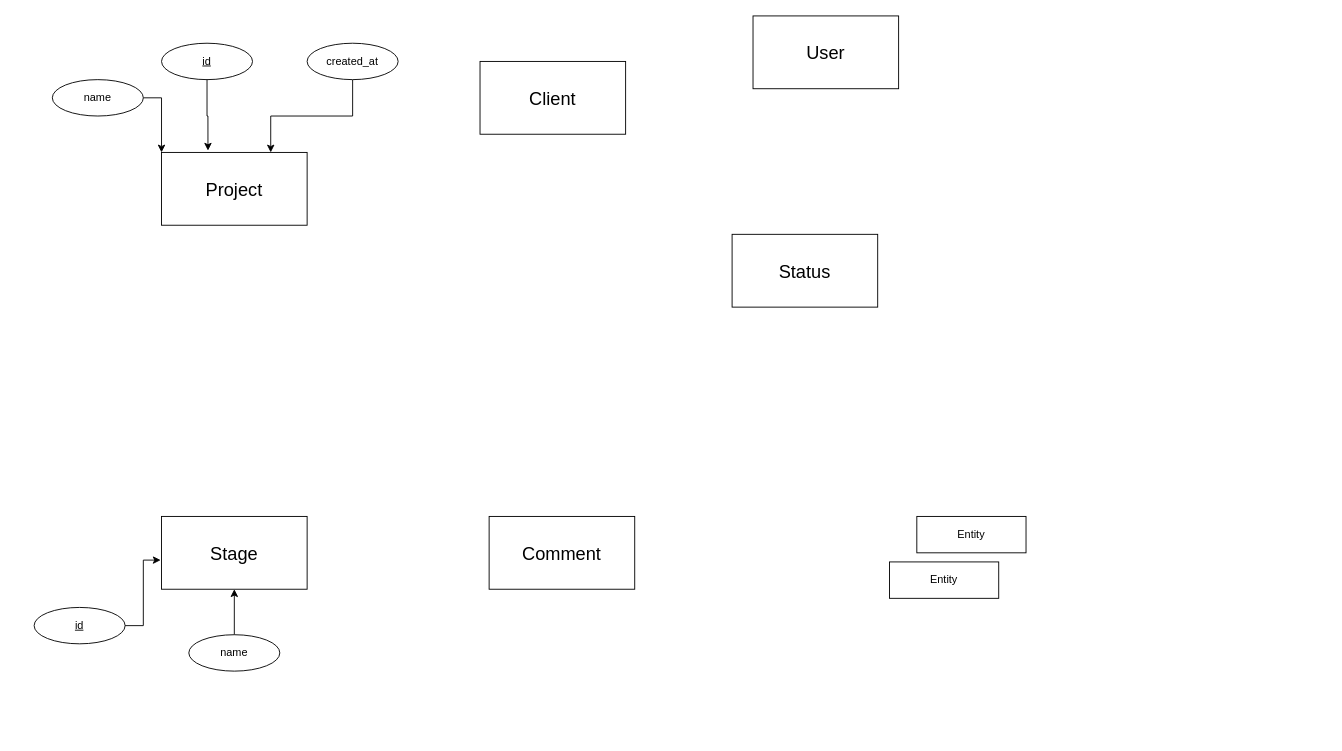
This is Diagrams/AlJarrash_ERD.drawio from hameed-m/Al-Jarrash, a draw.io file, before an edit. Source tidied: cells renumbered, new cells numbered last; positions are measured from the earlier drawing's top-left corner, leaving out a move shared by most shapes. Both pictures are drawn from the tidied source at 91%, with x=0, y=0 at pixel (34, 15).
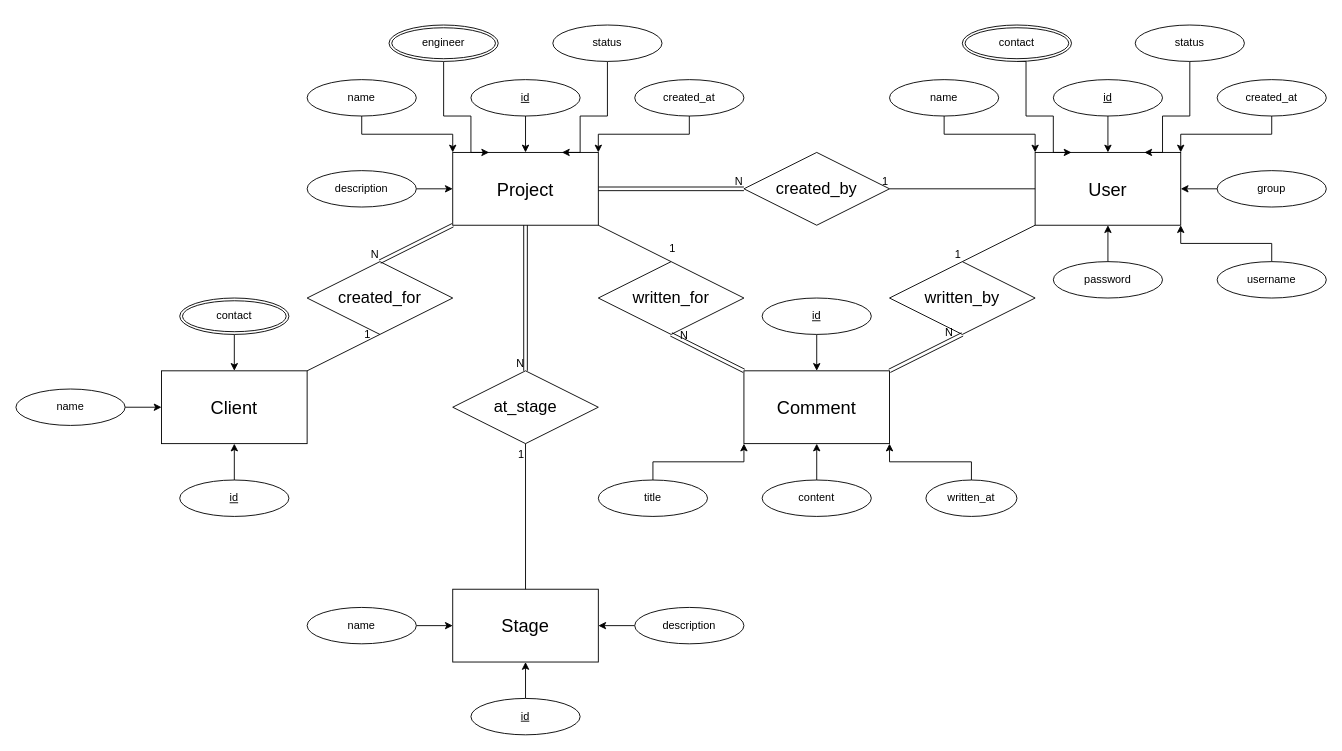
After the change.

Change to the diagram source:
```diff
@@
-    <mxCell id="2" value="Entity" style="whiteSpace=wrap;html=1;align=center;" parent="1" vertex="1">
-      <mxGeometry x="970" y="550" width="120" height="40" as="geometry" />
-    </mxCell>
-    <mxCell id="3" value="Entity" style="whiteSpace=wrap;html=1;align=center;" parent="1" vertex="1">
-      <mxGeometry x="940" y="600" width="120" height="40" as="geometry" />
-    </mxCell>
     <mxCell id="4" value="&lt;font style=&quot;font-size: 20px;&quot;&gt;Project&lt;/font&gt;" style="whiteSpace=wrap;html=1;align=center;" parent="1" vertex="1">
-      <mxGeometry x="140" y="150" width="160" height="80" as="geometry" />
+      <mxGeometry x="460" y="150" width="160" height="80" as="geometry" />
     </mxCell>
     <mxCell id="5" value="&lt;font style=&quot;font-size: 20px;&quot;&gt;Client&lt;/font&gt;" style="whiteSpace=wrap;html=1;align=center;" parent="1" vertex="1">
-      <mxGeometry x="490" y="50" width="160" height="80" as="geometry" />
+      <mxGeometry x="140" y="390" width="160" height="80" as="geometry" />
     </mxCell>
     <mxCell id="6" value="&lt;font style=&quot;font-size: 20px;&quot;&gt;User&lt;/font&gt;" style="whiteSpace=wrap;html=1;align=center;" parent="1" vertex="1">
-      <mxGeometry x="790" width="160" height="80" as="geometry" />
+      <mxGeometry x="1100" y="150" width="160" height="80" as="geometry" />
     </mxCell>
     <mxCell id="7" value="&lt;font style=&quot;font-size: 20px;&quot;&gt;Stage&lt;/font&gt;" style="whiteSpace=wrap;html=1;align=center;" parent="1" vertex="1">
-      <mxGeometry x="140" y="550" width="160" height="80" as="geometry" />
+      <mxGeometry x="460" y="630" width="160" height="80" as="geometry" />
     </mxCell>
     <mxCell id="8" value="&lt;font style=&quot;font-size: 20px;&quot;&gt;Comment&lt;/font&gt;" style="whiteSpace=wrap;html=1;align=center;" parent="1" vertex="1">
-      <mxGeometry x="500" y="550" width="160" height="80" as="geometry" />
+      <mxGeometry x="780" y="390" width="160" height="80" as="geometry" />
     </mxCell>
-    <mxCell id="9" style="edgeStyle=orthogonalEdgeStyle;rounded=0;jettySize=auto;html=1;entryX=0;entryY=0;entryDx=0;entryDy=0;" parent="1" edge="1" source="10" target="4">
+    <mxCell id="9" style="edgeStyle=orthogonalEdgeStyle;rounded=0;jettySize=auto;html=1;exitX=0.5;exitY=1;exitDx=0;exitDy=0;entryX=0;entryY=0;entryDx=0;entryDy=0;" parent="1" edge="1" source="10" target="4">
       <mxGeometry relative="1" as="geometry" />
     </mxCell>
     <mxCell id="10" value="name" style="ellipse;whiteSpace=wrap;html=1;align=center;" parent="1" vertex="1">
-      <mxGeometry x="20" y="70" width="100" height="40" as="geometry" />
+      <mxGeometry x="300" y="70" width="120" height="40" as="geometry" />
     </mxCell>
+    <mxCell id="12" style="edgeStyle=orthogonalEdgeStyle;rounded=0;jettySize=auto;html=1;entryX=0.5;entryY=0;entryDx=0;entryDy=0;" parent="1" edge="1" source="11" target="4">
+      <mxGeometry relative="1" as="geometry" />
+    </mxCell>
     <mxCell id="11" value="id" style="ellipse;whiteSpace=wrap;html=1;align=center;fontStyle=4;" parent="1" vertex="1">
-      <mxGeometry x="140" y="30" width="100" height="40" as="geometry" />
+      <mxGeometry x="480" y="70" width="120" height="40" as="geometry" />
     </mxCell>
-    <mxCell id="12" style="edgeStyle=orthogonalEdgeStyle;rounded=0;jettySize=auto;html=1;entryX=0.319;entryY=-0.025;entryDx=0;entryDy=0;entryPerimeter=0;" parent="1" edge="1" source="11" target="4">
-      <mxGeometry relative="1" as="geometry" />
-    </mxCell>
-    <mxCell id="13" style="edgeStyle=orthogonalEdgeStyle;rounded=0;jettySize=auto;html=1;entryX=0.75;entryY=0;entryDx=0;entryDy=0;" parent="1" edge="1" source="14" target="4">
+    <mxCell id="13" style="edgeStyle=orthogonalEdgeStyle;rounded=0;jettySize=auto;html=1;exitX=0.5;exitY=1;exitDx=0;exitDy=0;entryX=1;entryY=0;entryDx=0;entryDy=0;" parent="1" edge="1" source="14" target="4">
       <mxGeometry relative="1" as="geometry" />
     </mxCell>
     <mxCell id="14" value="created_at" style="ellipse;whiteSpace=wrap;html=1;align=center;" parent="1" vertex="1">
-      <mxGeometry x="300" y="30" width="100" height="40" as="geometry" />
+      <mxGeometry x="660" y="70" width="120" height="40" as="geometry" />
     </mxCell>
-    <mxCell id="15" value="&lt;font style=&quot;font-size: 20px;&quot;&gt;Status&lt;/font&gt;" style="whiteSpace=wrap;html=1;align=center;" parent="1" vertex="1">
-      <mxGeometry x="767" y="240" width="160" height="80" as="geometry" />
-    </mxCell>
-    <mxCell id="16" style="edgeStyle=orthogonalEdgeStyle;rounded=0;jettySize=auto;html=1;entryX=0.5;entryY=1;entryDx=0;entryDy=0;" parent="1" edge="1" source="17" target="7">
+    <mxCell id="16" style="edgeStyle=orthogonalEdgeStyle;rounded=0;jettySize=auto;html=1;exitX=1;exitY=0.5;exitDx=0;exitDy=0;entryX=0;entryY=0.5;entryDx=0;entryDy=0;" parent="1" edge="1" source="17" target="7">
       <mxGeometry relative="1" as="geometry" />
     </mxCell>
     <mxCell id="17" value="name" style="ellipse;whiteSpace=wrap;html=1;align=center;" parent="1" vertex="1">
-      <mxGeometry x="170" y="680" width="100" height="40" as="geometry" />
+      <mxGeometry x="300" y="650" width="120" height="40" as="geometry" />
     </mxCell>
+    <mxCell id="19" style="edgeStyle=orthogonalEdgeStyle;rounded=0;jettySize=auto;html=1;entryX=0.5;entryY=1;entryDx=0;entryDy=0;" parent="1" edge="1" source="18" target="7">
+      <mxGeometry relative="1" as="geometry" />
+    </mxCell>
     <mxCell id="18" value="id" style="ellipse;whiteSpace=wrap;html=1;align=center;fontStyle=4;" parent="1" vertex="1">
-      <mxGeometry y="650" width="100" height="40" as="geometry" />
+      <mxGeometry x="480" y="750" width="120" height="40" as="geometry" />
     </mxCell>
-    <mxCell id="19" style="edgeStyle=orthogonalEdgeStyle;rounded=0;jettySize=auto;html=1;entryX=-0.006;entryY=0.6;entryDx=0;entryDy=0;entryPerimeter=0;" parent="1" edge="1" source="18" target="7">
-      <mxGeometry relative="1" as="geometry" />
-    </mxCell>
+    <mxCell id="20" value="&lt;span style=&quot;font-size: 18px;&quot;&gt;written_for&lt;/span&gt;" style="shape=rhombus;perimeter=rhombusPerimeter;whiteSpace=wrap;html=1;align=center;" parent="1" vertex="1">
+      <mxGeometry x="620" y="270" width="160" height="80" as="geometry" />
+    </mxCell>
+    <mxCell id="21" value="&lt;font style=&quot;font-size: 18px;&quot;&gt;written_by&lt;/font&gt;" style="shape=rhombus;perimeter=rhombusPerimeter;whiteSpace=wrap;html=1;align=center;" parent="1" vertex="1">
+      <mxGeometry x="940" y="270" width="160" height="80" as="geometry" />
+    </mxCell>
+    <mxCell id="22" value="&lt;font style=&quot;font-size: 18px;&quot;&gt;at_stage&lt;/font&gt;" style="shape=rhombus;perimeter=rhombusPerimeter;whiteSpace=wrap;html=1;align=center;" parent="1" vertex="1">
+      <mxGeometry x="460" y="390" width="160" height="80" as="geometry" />
+    </mxCell>
+    <mxCell id="23" value="&lt;font style=&quot;font-size: 18px;&quot;&gt;created_by&lt;/font&gt;" style="shape=rhombus;perimeter=rhombusPerimeter;whiteSpace=wrap;html=1;align=center;" parent="1" vertex="1">
+      <mxGeometry x="780" y="150" width="160" height="80" as="geometry" />
+    </mxCell>
+    <mxCell id="24" style="shape=link;html=1;rounded=0;exitX=1;exitY=0.5;exitDx=0;exitDy=0;entryX=0;entryY=0.5;entryDx=0;entryDy=0;" parent="1" edge="1" source="4" target="23">
+      <mxGeometry relative="1" as="geometry" />
+    </mxCell>
+    <mxCell id="25" value="N" style="html=1;whiteSpace=wrap;align=right;verticalAlign=bottom;" parent="24" vertex="1">
+      <mxGeometry x="1" relative="1" as="geometry" />
+    </mxCell>
+    <mxCell id="26" style="endArrow=none;html=1;rounded=0;entryX=1;entryY=0.5;entryDx=0;entryDy=0;exitX=0;exitY=0.5;exitDx=0;exitDy=0;" parent="1" edge="1" source="6" target="23">
+      <mxGeometry relative="1" as="geometry" />
+    </mxCell>
+    <mxCell id="27" value="1" style="html=1;whiteSpace=wrap;align=right;verticalAlign=bottom;" parent="26" vertex="1">
+      <mxGeometry x="1" relative="1" as="geometry" />
+    </mxCell>
+    <mxCell id="28" style="shape=link;html=1;rounded=0;exitX=0.5;exitY=1;exitDx=0;exitDy=0;entryX=0.5;entryY=0;entryDx=0;entryDy=0;" parent="1" edge="1" source="4" target="22">
+      <mxGeometry relative="1" as="geometry" />
+    </mxCell>
+    <mxCell id="29" value="N" style="html=1;whiteSpace=wrap;align=right;verticalAlign=bottom;" parent="28" vertex="1">
+      <mxGeometry x="1" relative="1" as="geometry" />
+    </mxCell>
+    <mxCell id="30" style="endArrow=none;html=1;rounded=0;entryX=0.5;entryY=1;entryDx=0;entryDy=0;exitX=0.5;exitY=0;exitDx=0;exitDy=0;" parent="1" edge="1" source="7" target="22">
+      <mxGeometry relative="1" as="geometry" />
+    </mxCell>
+    <mxCell id="31" value="1" style="html=1;whiteSpace=wrap;align=right;verticalAlign=bottom;" parent="30" vertex="1">
+      <mxGeometry x="1" relative="1" as="geometry">
+        <mxPoint y="20" as="offset" />
+      </mxGeometry>
+    </mxCell>
+    <mxCell id="32" style="edgeStyle=orthogonalEdgeStyle;rounded=0;jettySize=auto;html=1;exitX=1;exitY=0.5;exitDx=0;exitDy=0;entryX=0;entryY=0.5;entryDx=0;entryDy=0;" parent="1" edge="1" source="33" target="4">
+      <mxGeometry relative="1" as="geometry" />
+    </mxCell>
+    <mxCell id="33" value="description" style="ellipse;whiteSpace=wrap;html=1;align=center;" parent="1" vertex="1">
+      <mxGeometry x="300" y="170" width="120" height="40" as="geometry" />
+    </mxCell>
+    <mxCell id="34" style="shape=link;html=1;rounded=0;entryX=0.5;entryY=1;entryDx=0;entryDy=0;exitX=0;exitY=0;exitDx=0;exitDy=0;" parent="1" edge="1" source="8" target="20">
+      <mxGeometry relative="1" as="geometry" />
+    </mxCell>
+    <mxCell id="35" value="N" style="html=1;whiteSpace=wrap;align=right;verticalAlign=bottom;" parent="34" vertex="1">
+      <mxGeometry x="1" relative="1" as="geometry">
+        <mxPoint x="20" y="10" as="offset" />
+      </mxGeometry>
+    </mxCell>
+    <mxCell id="36" style="endArrow=none;html=1;rounded=0;exitX=1;exitY=1;exitDx=0;exitDy=0;entryX=0.5;entryY=0;entryDx=0;entryDy=0;" parent="1" edge="1" source="4" target="20">
+      <mxGeometry relative="1" as="geometry" />
+    </mxCell>
+    <mxCell id="37" value="1" style="html=1;whiteSpace=wrap;align=right;verticalAlign=bottom;" parent="36" vertex="1">
+      <mxGeometry x="1" relative="1" as="geometry">
+        <mxPoint x="6" y="-6" as="offset" />
+      </mxGeometry>
+    </mxCell>
+    <mxCell id="38" style="shape=link;html=1;rounded=0;entryX=0.5;entryY=1;entryDx=0;entryDy=0;exitX=1;exitY=0;exitDx=0;exitDy=0;" parent="1" edge="1" source="8" target="21">
+      <mxGeometry relative="1" as="geometry" />
+    </mxCell>
+    <mxCell id="39" value="N" style="html=1;whiteSpace=wrap;align=right;verticalAlign=bottom;" parent="38" vertex="1">
+      <mxGeometry x="1" relative="1" as="geometry">
+        <mxPoint x="-9" y="6" as="offset" />
+      </mxGeometry>
+    </mxCell>
+    <mxCell id="40" style="endArrow=none;html=1;rounded=0;entryX=0.5;entryY=0;entryDx=0;entryDy=0;exitX=0;exitY=1;exitDx=0;exitDy=0;" parent="1" edge="1" source="6" target="21">
+      <mxGeometry relative="1" as="geometry" />
+    </mxCell>
+    <mxCell id="41" value="1" style="html=1;whiteSpace=wrap;align=right;verticalAlign=bottom;" parent="40" vertex="1">
+      <mxGeometry x="1" relative="1" as="geometry" />
+    </mxCell>
+    <mxCell id="42" style="edgeStyle=orthogonalEdgeStyle;rounded=0;jettySize=auto;html=1;exitX=0.5;exitY=1;exitDx=0;exitDy=0;entryX=0.5;entryY=0;entryDx=0;entryDy=0;" parent="1" edge="1" source="43" target="8">
+      <mxGeometry relative="1" as="geometry" />
+    </mxCell>
+    <mxCell id="43" value="id" style="ellipse;whiteSpace=wrap;html=1;align=center;fontStyle=4;" parent="1" vertex="1">
+      <mxGeometry x="800" y="310" width="120" height="40" as="geometry" />
+    </mxCell>
+    <mxCell id="44" style="edgeStyle=orthogonalEdgeStyle;rounded=0;jettySize=auto;html=1;exitX=0.5;exitY=0;exitDx=0;exitDy=0;entryX=0;entryY=1;entryDx=0;entryDy=0;" parent="1" edge="1" source="45" target="8">
+      <mxGeometry relative="1" as="geometry" />
+    </mxCell>
+    <mxCell id="45" value="title" style="ellipse;whiteSpace=wrap;html=1;align=center;" parent="1" vertex="1">
+      <mxGeometry x="620" y="510" width="120" height="40" as="geometry" />
+    </mxCell>
+    <mxCell id="46" style="edgeStyle=orthogonalEdgeStyle;rounded=0;jettySize=auto;html=1;exitX=0.5;exitY=0;exitDx=0;exitDy=0;entryX=1;entryY=1;entryDx=0;entryDy=0;" parent="1" edge="1" source="47" target="8">
+      <mxGeometry relative="1" as="geometry" />
+    </mxCell>
+    <mxCell id="47" value="written_at" style="ellipse;whiteSpace=wrap;html=1;align=center;" parent="1" vertex="1">
+      <mxGeometry x="980" y="510" width="100" height="40" as="geometry" />
+    </mxCell>
+    <mxCell id="48" style="edgeStyle=orthogonalEdgeStyle;rounded=0;jettySize=auto;html=1;exitX=0.5;exitY=0;exitDx=0;exitDy=0;entryX=0.5;entryY=1;entryDx=0;entryDy=0;" parent="1" edge="1" source="49" target="8">
+      <mxGeometry relative="1" as="geometry" />
+    </mxCell>
+    <mxCell id="49" value="content" style="ellipse;whiteSpace=wrap;html=1;align=center;" parent="1" vertex="1">
+      <mxGeometry x="800" y="510" width="120" height="40" as="geometry" />
+    </mxCell>
+    <mxCell id="50" style="edgeStyle=orthogonalEdgeStyle;rounded=0;jettySize=auto;html=1;exitX=0;exitY=0.5;exitDx=0;exitDy=0;entryX=1;entryY=0.5;entryDx=0;entryDy=0;" parent="1" edge="1" source="51" target="7">
+      <mxGeometry relative="1" as="geometry" />
+    </mxCell>
+    <mxCell id="51" value="description" style="ellipse;whiteSpace=wrap;html=1;align=center;" parent="1" vertex="1">
+      <mxGeometry x="660" y="650" width="120" height="40" as="geometry" />
+    </mxCell>
+    <mxCell id="52" value="&lt;span style=&quot;font-size: 18px;&quot;&gt;created_for&lt;/span&gt;" style="shape=rhombus;perimeter=rhombusPerimeter;whiteSpace=wrap;html=1;align=center;" parent="1" vertex="1">
+      <mxGeometry x="300" y="270" width="160" height="80" as="geometry" />
+    </mxCell>
+    <mxCell id="53" style="shape=link;html=1;rounded=0;entryX=0.5;entryY=0;entryDx=0;entryDy=0;exitX=0;exitY=1;exitDx=0;exitDy=0;" parent="1" edge="1" source="4" target="52">
+      <mxGeometry relative="1" as="geometry" />
+    </mxCell>
+    <mxCell id="54" value="N" style="html=1;whiteSpace=wrap;align=right;verticalAlign=bottom;" parent="53" vertex="1">
+      <mxGeometry x="1" relative="1" as="geometry" />
+    </mxCell>
+    <mxCell id="55" style="endArrow=none;html=1;rounded=0;entryX=0.5;entryY=1;entryDx=0;entryDy=0;exitX=1;exitY=0;exitDx=0;exitDy=0;" parent="1" edge="1" source="5" target="52">
+      <mxGeometry relative="1" as="geometry" />
+    </mxCell>
+    <mxCell id="56" value="1" style="html=1;whiteSpace=wrap;align=right;verticalAlign=bottom;" parent="55" vertex="1">
+      <mxGeometry x="1" relative="1" as="geometry">
+        <mxPoint x="-9" y="8" as="offset" />
+      </mxGeometry>
+    </mxCell>
+    <mxCell id="57" style="edgeStyle=orthogonalEdgeStyle;rounded=0;jettySize=auto;html=1;exitX=0.5;exitY=1;exitDx=0;exitDy=0;entryX=0.5;entryY=0;entryDx=0;entryDy=0;" parent="1" edge="1" source="58" target="6">
+      <mxGeometry relative="1" as="geometry" />
+    </mxCell>
+    <mxCell id="58" value="id" style="ellipse;whiteSpace=wrap;html=1;align=center;fontStyle=4;" parent="1" vertex="1">
+      <mxGeometry x="1120" y="70" width="120" height="40" as="geometry" />
+    </mxCell>
+    <mxCell id="59" style="edgeStyle=orthogonalEdgeStyle;rounded=0;jettySize=auto;html=1;exitX=0.5;exitY=1;exitDx=0;exitDy=0;entryX=0;entryY=0;entryDx=0;entryDy=0;" parent="1" edge="1" source="60" target="6">
+      <mxGeometry relative="1" as="geometry" />
+    </mxCell>
+    <mxCell id="60" value="name" style="ellipse;whiteSpace=wrap;html=1;align=center;" parent="1" vertex="1">
+      <mxGeometry x="940" y="70" width="120" height="40" as="geometry" />
+    </mxCell>
+    <mxCell id="61" style="edgeStyle=orthogonalEdgeStyle;rounded=0;jettySize=auto;html=1;exitX=0.5;exitY=1;exitDx=0;exitDy=0;entryX=0.75;entryY=0;entryDx=0;entryDy=0;" parent="1" edge="1" source="62" target="4">
+      <mxGeometry relative="1" as="geometry">
+        <Array as="points">
+          <mxPoint x="630" y="110" />
+          <mxPoint x="600" y="110" />
+          <mxPoint x="600" y="150" />
+        </Array>
+      </mxGeometry>
+    </mxCell>
+    <mxCell id="62" value="status" style="ellipse;whiteSpace=wrap;html=1;align=center;" parent="1" vertex="1">
+      <mxGeometry x="570" y="10" width="120" height="40" as="geometry" />
+    </mxCell>
+    <mxCell id="63" style="edgeStyle=orthogonalEdgeStyle;rounded=0;jettySize=auto;html=1;exitX=0.5;exitY=1;exitDx=0;exitDy=0;entryX=1;entryY=0;entryDx=0;entryDy=0;" parent="1" edge="1" source="64" target="6">
+      <mxGeometry relative="1" as="geometry" />
+    </mxCell>
+    <mxCell id="64" value="created_at" style="ellipse;whiteSpace=wrap;html=1;align=center;" parent="1" vertex="1">
+      <mxGeometry x="1300" y="70" width="120" height="40" as="geometry" />
+    </mxCell>
+    <mxCell id="65" style="edgeStyle=orthogonalEdgeStyle;rounded=0;jettySize=auto;html=1;exitX=0.5;exitY=1;exitDx=0;exitDy=0;entryX=0.75;entryY=0;entryDx=0;entryDy=0;" parent="1" edge="1" source="66" target="6">
+      <mxGeometry relative="1" as="geometry">
+        <Array as="points">
+          <mxPoint x="1270" y="110" />
+          <mxPoint x="1240" y="110" />
+          <mxPoint x="1240" y="150" />
+        </Array>
+      </mxGeometry>
+    </mxCell>
+    <mxCell id="66" value="status" style="ellipse;whiteSpace=wrap;html=1;align=center;" parent="1" vertex="1">
+      <mxGeometry x="1210" y="10" width="120" height="40" as="geometry" />
+    </mxCell>
+    <mxCell id="67" style="edgeStyle=orthogonalEdgeStyle;rounded=0;jettySize=auto;html=1;exitX=0;exitY=0.5;exitDx=0;exitDy=0;entryX=1;entryY=0.5;entryDx=0;entryDy=0;" parent="1" edge="1" source="68" target="6">
+      <mxGeometry relative="1" as="geometry" />
+    </mxCell>
+    <mxCell id="68" value="group" style="ellipse;whiteSpace=wrap;html=1;align=center;" parent="1" vertex="1">
+      <mxGeometry x="1300" y="170" width="120" height="40" as="geometry" />
+    </mxCell>
+    <mxCell id="69" style="edgeStyle=orthogonalEdgeStyle;rounded=0;jettySize=auto;html=1;exitX=0.5;exitY=1;exitDx=0;exitDy=0;entryX=0.25;entryY=0;entryDx=0;entryDy=0;" parent="1" edge="1" source="70" target="6">
+      <mxGeometry relative="1" as="geometry">
+        <Array as="points">
+          <mxPoint x="1090" y="110" />
+          <mxPoint x="1120" y="110" />
+          <mxPoint x="1120" y="150" />
+        </Array>
+      </mxGeometry>
+    </mxCell>
+    <mxCell id="70" value="contact" style="ellipse;shape=doubleEllipse;margin=3;whiteSpace=wrap;html=1;align=center;" parent="1" vertex="1">
+      <mxGeometry x="1020" y="10" width="120" height="40" as="geometry" />
+    </mxCell>
+    <mxCell id="71" style="edgeStyle=orthogonalEdgeStyle;rounded=0;jettySize=auto;html=1;exitX=0.5;exitY=0;exitDx=0;exitDy=0;entryX=0.5;entryY=1;entryDx=0;entryDy=0;" parent="1" edge="1" source="72" target="6">
+      <mxGeometry relative="1" as="geometry" />
+    </mxCell>
+    <mxCell id="72" value="password" style="ellipse;whiteSpace=wrap;html=1;align=center;" parent="1" vertex="1">
+      <mxGeometry x="1120" y="270" width="120" height="40" as="geometry" />
+    </mxCell>
+    <mxCell id="73" style="edgeStyle=orthogonalEdgeStyle;rounded=0;jettySize=auto;html=1;exitX=0.5;exitY=0;exitDx=0;exitDy=0;entryX=1;entryY=1;entryDx=0;entryDy=0;" parent="1" edge="1" source="74" target="6">
+      <mxGeometry relative="1" as="geometry" />
+    </mxCell>
+    <mxCell id="74" value="username" style="ellipse;whiteSpace=wrap;html=1;align=center;" parent="1" vertex="1">
+      <mxGeometry x="1300" y="270" width="120" height="40" as="geometry" />
+    </mxCell>
+    <mxCell id="75" style="edgeStyle=orthogonalEdgeStyle;rounded=0;jettySize=auto;html=1;exitX=0.5;exitY=0;exitDx=0;exitDy=0;entryX=0.5;entryY=1;entryDx=0;entryDy=0;" parent="1" edge="1" source="76" target="5">
+      <mxGeometry relative="1" as="geometry" />
+    </mxCell>
+    <mxCell id="76" value="id" style="ellipse;whiteSpace=wrap;html=1;align=center;fontStyle=4;" parent="1" vertex="1">
+      <mxGeometry x="160" y="510" width="120" height="40" as="geometry" />
+    </mxCell>
+    <mxCell id="77" style="edgeStyle=orthogonalEdgeStyle;rounded=0;jettySize=auto;html=1;exitX=1;exitY=0.5;exitDx=0;exitDy=0;entryX=0;entryY=0.5;entryDx=0;entryDy=0;" parent="1" edge="1" source="78" target="5">
+      <mxGeometry relative="1" as="geometry" />
+    </mxCell>
+    <mxCell id="78" value="name" style="ellipse;whiteSpace=wrap;html=1;align=center;" parent="1" vertex="1">
+      <mxGeometry x="-20" y="410" width="120" height="40" as="geometry" />
+    </mxCell>
+    <mxCell id="79" style="edgeStyle=orthogonalEdgeStyle;rounded=0;jettySize=auto;html=1;exitX=0.5;exitY=1;exitDx=0;exitDy=0;entryX=0.5;entryY=0;entryDx=0;entryDy=0;" parent="1" edge="1" source="80" target="5">
+      <mxGeometry relative="1" as="geometry" />
+    </mxCell>
+    <mxCell id="80" value="contact" style="ellipse;shape=doubleEllipse;margin=3;whiteSpace=wrap;html=1;align=center;" parent="1" vertex="1">
+      <mxGeometry x="160" y="310" width="120" height="40" as="geometry" />
+    </mxCell>
+    <mxCell id="81" style="edgeStyle=orthogonalEdgeStyle;rounded=0;jettySize=auto;html=1;entryX=0.25;entryY=0;entryDx=0;entryDy=0;" parent="1" edge="1" source="82" target="4">
+      <mxGeometry relative="1" as="geometry">
+        <Array as="points">
+          <mxPoint x="450" y="110" />
+          <mxPoint x="480" y="110" />
+          <mxPoint x="480" y="150" />
+        </Array>
+      </mxGeometry>
+    </mxCell>
+    <mxCell id="82" value="engineer" style="ellipse;shape=doubleEllipse;margin=3;whiteSpace=wrap;html=1;align=center;" parent="1" vertex="1">
+      <mxGeometry x="390" y="10" width="120" height="40" as="geometry" />
+    </mxCell>
```
